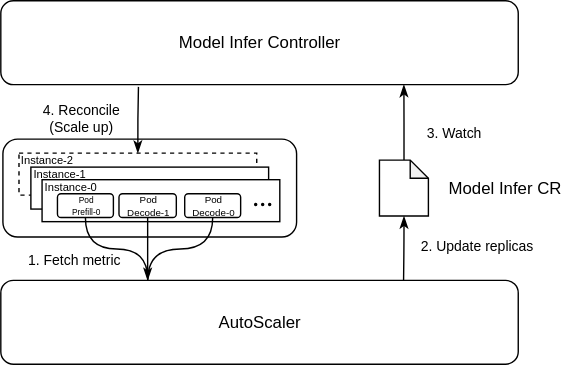
Earlier version of the draw.io export docs/kthena/static/img/architecture-autoscaler.svg (matrixinfer-ai/kthena). Source tidied: cells renumbered, new cells last; positions are measured from the earlier drawing's top-left corner, leaving out a move shared by most shapes.
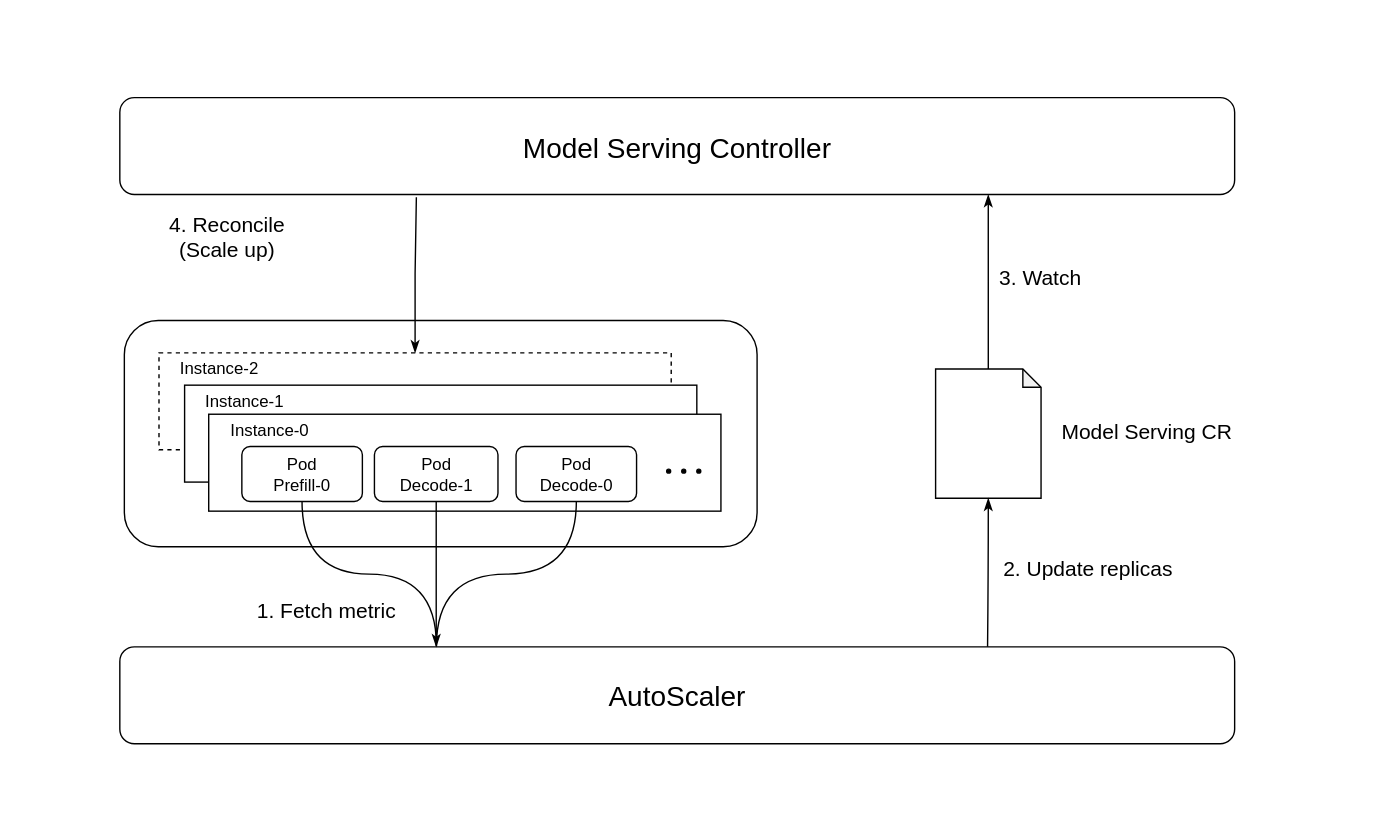
Later version of the same file.

Change to the diagram source:
```diff
@@ -2,93 +2,99 @@
   <root>
     <mxCell id="0" />
     <mxCell id="1" parent="0" />
+    <mxCell id="29" style="group;" parent="1" vertex="1">
+      <mxGeometry x="-60" y="-110" width="990" height="600" as="geometry" />
+    </mxCell>
+    <mxCell id="30" style="rounded=0;whiteSpace=wrap;html=1;fillColor=none;strokeColor=none;" parent="29" vertex="1">
+      <mxGeometry y="20" width="970" height="560" as="geometry" />
+    </mxCell>
-    <mxCell id="2" value="AutoScaler" style="rounded=1;whiteSpace=wrap;html=1;" parent="1" vertex="1">
-      <mxGeometry y="200" width="370" height="60" as="geometry" />
+    <mxCell id="2" value="AutoScaler" style="rounded=1;whiteSpace=wrap;html=1;fontSize=20;" parent="29" vertex="1">
+      <mxGeometry x="86.1" y="461.5" width="796.3" height="69.2" as="geometry" />
     </mxCell>
-    <mxCell id="3" value="&lt;div&gt;Model&amp;nbsp;&lt;span style=&quot;background-color: transparent; color: light-dark(rgb(0, 0, 0), rgb(255, 255, 255));&quot;&gt;Infer&amp;nbsp;&lt;/span&gt;&lt;span style=&quot;background-color: transparent; color: light-dark(rgb(0, 0, 0), rgb(255, 255, 255));&quot;&gt;Controller&lt;/span&gt;&lt;/div&gt;" style="rounded=1;whiteSpace=wrap;html=1;" parent="1" vertex="1">
-      <mxGeometry width="370" height="60" as="geometry" />
+    <mxCell id="3" value="&lt;div&gt;Model&amp;nbsp;&lt;span style=&quot;background-color: transparent; color: light-dark(rgb(0, 0, 0), rgb(255, 255, 255));&quot;&gt;Serving&amp;nbsp;&lt;/span&gt;&lt;span style=&quot;background-color: transparent; color: light-dark(rgb(0, 0, 0), rgb(255, 255, 255));&quot;&gt;Controller&lt;/span&gt;&lt;/div&gt;" style="rounded=1;whiteSpace=wrap;html=1;fontSize=20;" parent="29" vertex="1">
+      <mxGeometry x="86.1" y="69.2" width="796.3" height="69.2" as="geometry" />
     </mxCell>
-    <mxCell id="4" style="rounded=1;whiteSpace=wrap;html=1;" parent="1" vertex="1">
-      <mxGeometry x="1.5" y="99" width="210" height="70" as="geometry" />
+    <mxCell id="4" style="rounded=1;whiteSpace=wrap;html=1;" parent="29" vertex="1">
+      <mxGeometry x="89.3" y="228.5" width="452" height="161.5" as="geometry" />
     </mxCell>
-    <mxCell id="5" value="Inference Instance" style="rounded=0;whiteSpace=wrap;html=1;dashed=1;" parent="1" vertex="1">
-      <mxGeometry x="13" y="109" width="170" height="30" as="geometry" />
+    <mxCell id="5" value="Inference Instance" style="rounded=0;whiteSpace=wrap;html=1;dashed=1;" parent="29" vertex="1">
+      <mxGeometry x="114.1" y="251.5" width="365.9" height="69.2" as="geometry" />
     </mxCell>
-    <mxCell id="6" value="Inference Instance" style="rounded=0;whiteSpace=wrap;html=1;" parent="1" vertex="1">
-      <mxGeometry x="21.5" y="119" width="170" height="30" as="geometry" />
+    <mxCell id="6" value="Inference Instance" style="rounded=0;whiteSpace=wrap;html=1;" parent="29" vertex="1">
+      <mxGeometry x="132.4" y="274.6" width="365.9" height="69.2" as="geometry" />
     </mxCell>
-    <mxCell id="7" style="rounded=0;whiteSpace=wrap;html=1;" parent="1" vertex="1">
-      <mxGeometry x="29.5" y="128" width="170" height="30" as="geometry" />
+    <mxCell id="7" style="rounded=0;whiteSpace=wrap;html=1;" parent="29" vertex="1">
+      <mxGeometry x="149.6" y="295.4" width="365.9" height="69.2" as="geometry" />
     </mxCell>
-    <mxCell id="8" value="Instance-1" style="text;html=1;align=center;verticalAlign=middle;whiteSpace=wrap;rounded=0;fontSize=8;" parent="1" vertex="1">
-      <mxGeometry x="21.5" y="119" width="40" height="10" as="geometry" />
+    <mxCell id="8" value="Instance-1" style="text;html=1;align=center;verticalAlign=middle;whiteSpace=wrap;rounded=0;fontSize=12;" parent="29" vertex="1">
+      <mxGeometry x="132.4" y="274.6" width="86.1" height="23.1" as="geometry" />
     </mxCell>
-    <mxCell id="9" value="Instance-0" style="text;html=1;align=center;verticalAlign=middle;whiteSpace=wrap;rounded=0;fontSize=8;" parent="1" vertex="1">
-      <mxGeometry x="29.5" y="128" width="40" height="10" as="geometry" />
+    <mxCell id="9" value="Instance-0" style="text;html=1;align=center;verticalAlign=middle;whiteSpace=wrap;rounded=0;fontSize=12;" parent="29" vertex="1">
+      <mxGeometry x="149.6" y="295.4" width="86.1" height="23.1" as="geometry" />
     </mxCell>
-    <mxCell id="10" value="Pod&lt;div&gt;Prefill-0&lt;/div&gt;" style="rounded=1;whiteSpace=wrap;html=1;fontSize=6;" parent="1" vertex="1">
-      <mxGeometry x="40.5" y="138" width="40" height="17" as="geometry" />
+    <mxCell id="10" value="Pod&lt;div&gt;Prefill-0&lt;/div&gt;" style="rounded=1;whiteSpace=wrap;html=1;fontSize=12;" parent="29" vertex="1">
+      <mxGeometry x="173.2" y="318.5" width="86.1" height="39.2" as="geometry" />
     </mxCell>
-    <mxCell id="11" style="edgeStyle=orthogonalEdgeStyle;rounded=0;jettySize=auto;html=1;curved=1;endArrow=classicThin;endFill=1;" parent="1" edge="1" source="12">
+    <mxCell id="11" style="edgeStyle=orthogonalEdgeStyle;rounded=0;jettySize=auto;html=1;curved=1;endArrow=classicThin;endFill=1;" parent="29" edge="1" source="12">
       <mxGeometry relative="1" as="geometry">
-        <mxPoint x="105" y="200" as="targetPoint" />
+        <mxPoint x="312.1" y="461.5" as="targetPoint" />
         <Array as="points">
-          <mxPoint x="105" y="200" />
+          <mxPoint x="312.1" y="461.5" />
         </Array>
       </mxGeometry>
     </mxCell>
-    <mxCell id="12" value="Pod&lt;div&gt;Decode-1&lt;/div&gt;" style="rounded=1;whiteSpace=wrap;html=1;fontSize=7;" parent="1" vertex="1">
-      <mxGeometry x="84.5" y="138" width="41" height="17" as="geometry" />
+    <mxCell id="12" value="Pod&lt;div&gt;Decode-1&lt;/div&gt;" style="rounded=1;whiteSpace=wrap;html=1;fontSize=12;" parent="29" vertex="1">
+      <mxGeometry x="267.9" y="318.5" width="88.2" height="39.2" as="geometry" />
     </mxCell>
-    <mxCell id="13" value="Pod&lt;div&gt;Decode-0&lt;/div&gt;" style="rounded=1;whiteSpace=wrap;html=1;fontSize=7;" parent="1" vertex="1">
-      <mxGeometry x="131.5" y="138" width="40" height="17" as="geometry" />
+    <mxCell id="13" value="Pod&lt;div&gt;Decode-0&lt;/div&gt;" style="rounded=1;whiteSpace=wrap;html=1;fontSize=12;" parent="29" vertex="1">
+      <mxGeometry x="369.1" y="318.5" width="86.1" height="39.2" as="geometry" />
     </mxCell>
-    <mxCell id="14" style="ellipse;whiteSpace=wrap;html=1;labelBackgroundColor=none;fillColor=#000000;" parent="1" vertex="1">
-      <mxGeometry x="181.5" y="145" width="1.5" height="1.5" as="geometry" />
+    <mxCell id="14" style="ellipse;whiteSpace=wrap;html=1;labelBackgroundColor=none;fillColor=#000000;" parent="29" vertex="1">
+      <mxGeometry x="476.7" y="334.6" width="2.8" height="2.8" as="geometry" />
     </mxCell>
-    <mxCell id="15" style="ellipse;whiteSpace=wrap;html=1;labelBackgroundColor=none;fillColor=#000000;" parent="1" vertex="1">
-      <mxGeometry x="191.5" y="145" width="1.5" height="1.5" as="geometry" />
+    <mxCell id="15" style="ellipse;whiteSpace=wrap;html=1;labelBackgroundColor=none;fillColor=#000000;" parent="29" vertex="1">
+      <mxGeometry x="498.2" y="334.6" width="2.8" height="2.8" as="geometry" />
     </mxCell>
-    <mxCell id="16" style="ellipse;whiteSpace=wrap;html=1;labelBackgroundColor=none;fillColor=#000000;" parent="1" vertex="1">
-      <mxGeometry x="186.5" y="145" width="1.5" height="1.5" as="geometry" />
+    <mxCell id="16" style="ellipse;whiteSpace=wrap;html=1;labelBackgroundColor=none;fillColor=#000000;" parent="29" vertex="1">
+      <mxGeometry x="487.5" y="334.6" width="2.8" height="2.8" as="geometry" />
     </mxCell>
-    <mxCell id="17" value="Instance-2" style="text;html=1;align=center;verticalAlign=middle;whiteSpace=wrap;rounded=0;fontSize=8;" parent="1" vertex="1">
-      <mxGeometry x="13" y="109" width="40" height="10" as="geometry" />
+    <mxCell id="17" value="Instance-2" style="text;html=1;align=center;verticalAlign=middle;whiteSpace=wrap;rounded=0;fontSize=12;" parent="29" vertex="1">
+      <mxGeometry x="114.1" y="251.5" width="86.1" height="23.1" as="geometry" />
     </mxCell>
-    <mxCell id="18" style="shape=note;whiteSpace=wrap;html=1;backgroundOutline=1;darkOpacity=0.05;size=13;" parent="1" vertex="1">
-      <mxGeometry x="270.8" y="114" width="35" height="40" as="geometry" />
+    <mxCell id="18" style="shape=note;whiteSpace=wrap;html=1;backgroundOutline=1;darkOpacity=0.05;size=13;" parent="29" vertex="1">
+      <mxGeometry x="668.8" y="263.1" width="75.3" height="92.3" as="geometry" />
     </mxCell>
-    <mxCell id="19" style="edgeStyle=orthogonalEdgeStyle;rounded=0;jettySize=auto;html=1;entryX=0.284;entryY=-0.004;entryDx=0;entryDy=0;entryPerimeter=0;endArrow=none;endFill=0;curved=1;" parent="1" edge="1" source="13" target="2">
+    <mxCell id="19" style="edgeStyle=orthogonalEdgeStyle;rounded=0;jettySize=auto;html=1;entryX=0.284;entryY=-0.004;entryDx=0;entryDy=0;entryPerimeter=0;endArrow=none;endFill=0;curved=1;" parent="29" edge="1" source="13" target="2">
       <mxGeometry relative="1" as="geometry" />
     </mxCell>
-    <mxCell id="20" style="edgeStyle=orthogonalEdgeStyle;rounded=0;jettySize=auto;html=1;entryX=0.284;entryY=-0.011;entryDx=0;entryDy=0;entryPerimeter=0;endArrow=none;endFill=0;curved=1;" parent="1" edge="1" source="10" target="2">
+    <mxCell id="20" style="edgeStyle=orthogonalEdgeStyle;rounded=0;jettySize=auto;html=1;entryX=0.284;entryY=-0.011;entryDx=0;entryDy=0;entryPerimeter=0;endArrow=none;endFill=0;curved=1;" parent="29" edge="1" source="10" target="2">
       <mxGeometry relative="1" as="geometry" />
     </mxCell>
-    <mxCell id="21" value="1. Fetch metric" style="text;html=1;align=center;verticalAlign=middle;strokeColor=none;fillColor=none;fontSize=10;" parent="1" vertex="1">
-      <mxGeometry x="6.5" y="170" width="90" height="30" as="geometry" />
+    <mxCell id="21" value="1. Fetch metric" style="text;html=1;align=center;verticalAlign=middle;strokeColor=none;fillColor=none;fontSize=15;" parent="29" vertex="1">
+      <mxGeometry x="173.2" y="420" width="120" height="30" as="geometry" />
     </mxCell>
-    <mxCell id="22" style="edgeStyle=orthogonalEdgeStyle;rounded=0;jettySize=auto;html=1;endArrow=none;endFill=0;startArrow=classicThin;startFill=1;curved=1;" parent="1" edge="1" source="18">
+    <mxCell id="22" style="edgeStyle=orthogonalEdgeStyle;rounded=0;jettySize=auto;html=1;endArrow=none;endFill=0;startArrow=classicThin;startFill=1;curved=1;" parent="29" edge="1" source="18">
       <mxGeometry relative="1" as="geometry">
-        <mxPoint x="288" y="200" as="targetPoint" />
+        <mxPoint x="705.9" y="461.5" as="targetPoint" />
       </mxGeometry>
     </mxCell>
-    <mxCell id="23" value="2. Update replicas" style="text;html=1;align=center;verticalAlign=middle;strokeColor=none;fillColor=none;fontSize=10;" parent="1" vertex="1">
-      <mxGeometry x="290" y="160" width="100" height="30" as="geometry" />
+    <mxCell id="23" value="2. Update replicas" style="text;html=1;align=center;verticalAlign=middle;strokeColor=none;fillColor=none;fontSize=15;" parent="29" vertex="1">
+      <mxGeometry x="707" y="390" width="140" height="30" as="geometry" />
     </mxCell>
-    <mxCell id="24" style="edgeStyle=orthogonalEdgeStyle;rounded=0;jettySize=auto;html=1;entryX=0.779;entryY=1;entryDx=0;entryDy=0;entryPerimeter=0;endArrow=classicThin;endFill=1;" parent="1" edge="1" source="18" target="3">
+    <mxCell id="24" style="edgeStyle=orthogonalEdgeStyle;rounded=0;jettySize=auto;html=1;entryX=0.779;entryY=1;entryDx=0;entryDy=0;entryPerimeter=0;endArrow=classicThin;endFill=1;" parent="29" edge="1" source="18" target="3">
       <mxGeometry relative="1" as="geometry" />
     </mxCell>
-    <mxCell id="25" value="3. Watch&amp;nbsp;" style="text;html=1;align=center;verticalAlign=middle;strokeColor=none;fillColor=none;fontSize=10;" parent="1" vertex="1">
-      <mxGeometry x="290" y="79" width="70" height="30" as="geometry" />
+    <mxCell id="25" value="3. Watch&amp;nbsp;" style="text;html=1;align=center;verticalAlign=middle;strokeColor=none;fillColor=none;fontSize=15;" parent="29" vertex="1">
+      <mxGeometry x="700.2" y="182.3" width="90" height="30" as="geometry" />
     </mxCell>
-    <mxCell id="26" style="edgeStyle=orthogonalEdgeStyle;rounded=0;jettySize=auto;html=1;exitX=0.5;exitY=0;exitDx=0;exitDy=0;entryX=0.266;entryY=1.027;entryDx=0;entryDy=0;entryPerimeter=0;endArrow=none;endFill=0;startArrow=classicThin;startFill=1;" parent="1" edge="1" source="5" target="3">
+    <mxCell id="26" style="edgeStyle=orthogonalEdgeStyle;rounded=0;jettySize=auto;html=1;exitX=0.5;exitY=0;exitDx=0;exitDy=0;entryX=0.266;entryY=1.027;entryDx=0;entryDy=0;entryPerimeter=0;endArrow=none;endFill=0;startArrow=classicThin;startFill=1;" parent="29" edge="1" source="5" target="3">
       <mxGeometry relative="1" as="geometry" />
     </mxCell>
-    <mxCell id="27" value="4. Reconcile&lt;div&gt;(Scale up)&lt;/div&gt;" style="text;html=1;align=center;verticalAlign=middle;strokeColor=none;fillColor=none;fontSize=10;" parent="1" vertex="1">
-      <mxGeometry x="16.5" y="64" width="80" height="40" as="geometry" />
+    <mxCell id="27" value="4. Reconcile&lt;div&gt;(Scale up)&lt;/div&gt;" style="text;html=1;align=center;verticalAlign=middle;strokeColor=none;fillColor=none;fontSize=15;" parent="29" vertex="1">
+      <mxGeometry x="106.6" y="142.7" width="110" height="50" as="geometry" />
     </mxCell>
-    <mxCell id="28" value="Model Infer CR" style="text;html=1;align=center;verticalAlign=middle;strokeColor=none;fillColor=none;" parent="1" vertex="1">
-      <mxGeometry x="310" y="119" width="100" height="30" as="geometry" />
+    <mxCell id="28" value="Model Serving CR" style="text;html=1;align=center;verticalAlign=middle;strokeColor=none;fillColor=none;fontSize=15;" parent="29" vertex="1">
+      <mxGeometry x="744.1" y="291.9" width="150" height="30" as="geometry" />
     </mxCell>
   </root>
 </mxGraphModel>
```
